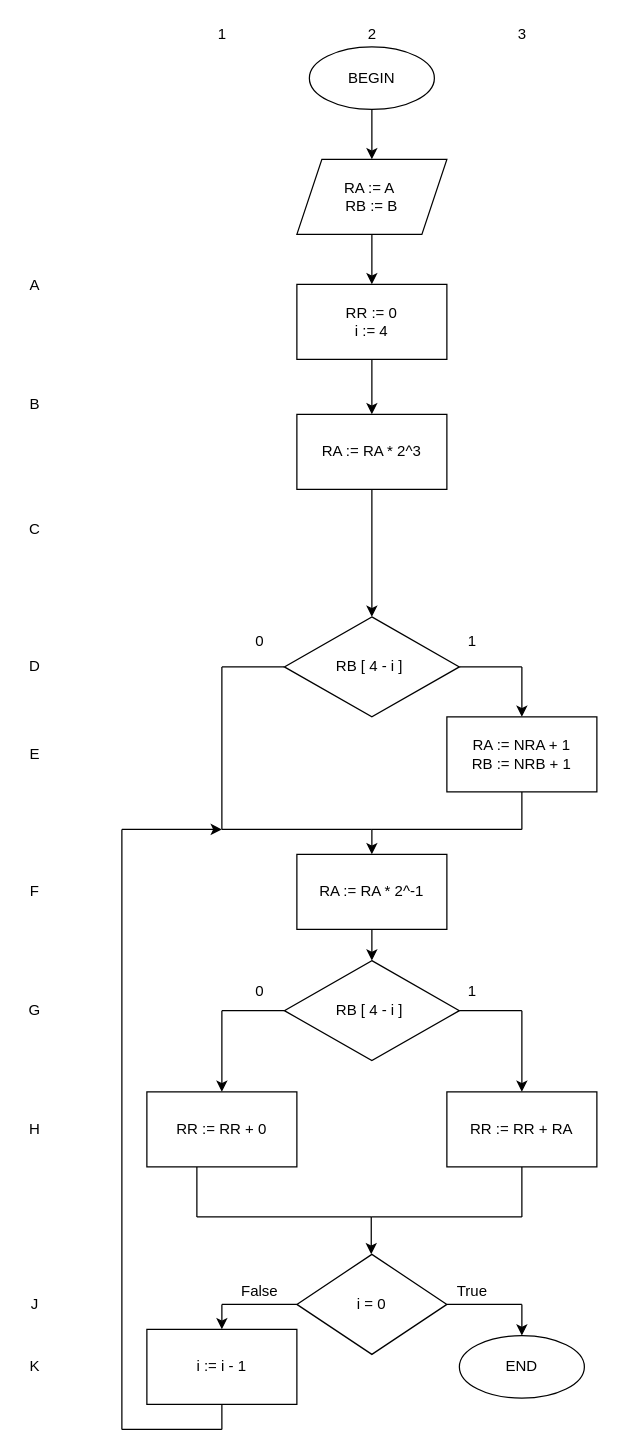
TimurQQ/Workshop keeps this draw.io diagram as Блок операций_1_Умножение.drawio. Above is the earlier version. Source tidied: cells renumbered, new cells numbered last; positions are measured from the earlier drawing's top-left corner, leaving out a move shared by most shapes. Both pictures are drawn from the tidied source at 125%, with x=0, y=0 at pixel (21, 21).
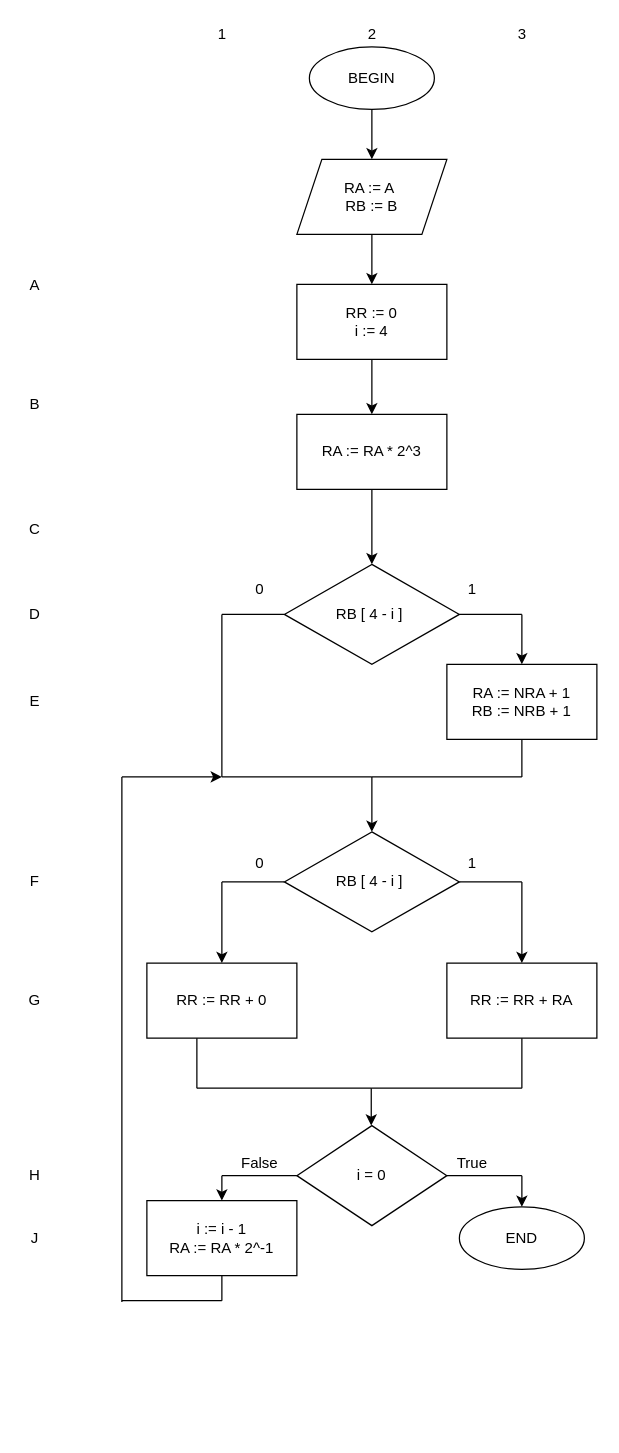
The same page after the edit.

The edit, as a diff of the source:
```diff
@@
     <mxCell id="7" style="endArrow=none;html=1;rounded=0;entryX=1;entryY=0.5;entryDx=0;entryDy=0;" parent="1" edge="1" target="51">
       <mxGeometry relative="1" as="geometry">
-        <mxPoint x="400" y="516" as="sourcePoint" />
+        <mxPoint x="400" y="474" as="sourcePoint" />
       </mxGeometry>
     </mxCell>
     <mxCell id="8" style="endArrow=none;html=1;rounded=0;exitX=0;exitY=0.5;exitDx=0;exitDy=0;" parent="1" edge="1" source="51">
       <mxGeometry relative="1" as="geometry">
-        <mxPoint x="160" y="516" as="targetPoint" />
+        <mxPoint x="160" y="474" as="targetPoint" />
       </mxGeometry>
     </mxCell>
     <mxCell id="9" value="RA := NRA + 1&lt;br&gt;RB := NRB + 1" style="rounded=0;whiteSpace=wrap;html=1;" parent="1" vertex="1">
-      <mxGeometry x="340" y="556" width="120" height="60" as="geometry" />
+      <mxGeometry x="340" y="514" width="120" height="60" as="geometry" />
     </mxCell>
-    <mxCell id="10" value="RA := RA * 2^-1" style="rounded=0;whiteSpace=wrap;html=1;" parent="1" vertex="1">
-      <mxGeometry x="220" y="666" width="120" height="60" as="geometry" />
-    </mxCell>
     <mxCell id="11" style="endArrow=none;html=1;rounded=0;" parent="1" edge="1">
       <mxGeometry relative="1" as="geometry">
-        <mxPoint x="160" y="646" as="sourcePoint" />
-        <mxPoint x="280" y="646" as="targetPoint" />
+        <mxPoint x="160" y="604" as="sourcePoint" />
+        <mxPoint x="280" y="604" as="targetPoint" />
       </mxGeometry>
     </mxCell>
-    <mxCell id="12" style="endArrow=classic;html=1;rounded=0;entryX=0.5;entryY=0;entryDx=0;entryDy=0;" parent="1" edge="1" target="10">
+    <mxCell id="12" style="endArrow=classic;html=1;rounded=0;entryX=0.5;entryY=0;entryDx=0;entryDy=0;" parent="1" edge="1" target="17">
       <mxGeometry relative="1" as="geometry">
-        <mxPoint x="280" y="646" as="sourcePoint" />
+        <mxPoint x="280" y="604" as="sourcePoint" />
       </mxGeometry>
     </mxCell>
     <mxCell id="13" style="endArrow=none;html=1;rounded=0;entryX=0.5;entryY=1;entryDx=0;entryDy=0;" parent="1" edge="1" target="9">
       <mxGeometry relative="1" as="geometry">
-        <mxPoint x="400" y="646" as="sourcePoint" />
+        <mxPoint x="400" y="604" as="sourcePoint" />
       </mxGeometry>
     </mxCell>
     <mxCell id="14" style="endArrow=none;html=1;rounded=0;" parent="1" edge="1">
       <mxGeometry relative="1" as="geometry">
-        <mxPoint x="280" y="646" as="sourcePoint" />
-        <mxPoint x="400" y="646" as="targetPoint" />
+        <mxPoint x="280" y="604" as="sourcePoint" />
+        <mxPoint x="400" y="604" as="targetPoint" />
       </mxGeometry>
     </mxCell>
     <mxCell id="15" value="0" style="text;html=1;align=center;verticalAlign=middle;strokeColor=none;fillColor=none;" parent="1" vertex="1">
-      <mxGeometry x="180" y="486" width="20" height="20" as="geometry" />
+      <mxGeometry x="180" y="444" width="20" height="20" as="geometry" />
     </mxCell>
     <mxCell id="16" value="1" style="text;html=1;align=center;verticalAlign=middle;strokeColor=none;fillColor=none;strokeWidth=1;" parent="1" vertex="1">
-      <mxGeometry x="350" y="486" width="20" height="20" as="geometry" />
+      <mxGeometry x="350" y="444" width="20" height="20" as="geometry" />
     </mxCell>
     <mxCell id="17" value="RB [ 4 - i ]&amp;nbsp;" style="rhombus;whiteSpace=wrap;html=1;strokeWidth=1;" parent="1" vertex="1">
-      <mxGeometry x="210" y="751" width="140" height="80" as="geometry" />
+      <mxGeometry x="210" y="648" width="140" height="80" as="geometry" />
     </mxCell>
-    <mxCell id="18" style="endArrow=classic;html=1;rounded=0;exitX=0.5;exitY=1;exitDx=0;exitDy=0;entryX=0.5;entryY=0;entryDx=0;entryDy=0;" parent="1" edge="1" source="10" target="17">
-      <mxGeometry relative="1" as="geometry" />
-    </mxCell>
     <mxCell id="19" style="endArrow=none;html=1;rounded=0;exitX=1;exitY=0.5;exitDx=0;exitDy=0;" parent="1" edge="1" source="17">
       <mxGeometry relative="1" as="geometry">
-        <mxPoint x="400" y="791" as="targetPoint" />
+        <mxPoint x="400" y="688" as="targetPoint" />
       </mxGeometry>
     </mxCell>
     <mxCell id="20" style="endArrow=none;html=1;rounded=0;exitX=0;exitY=0.5;exitDx=0;exitDy=0;" parent="1" edge="1" source="17">
       <mxGeometry relative="1" as="geometry">
-        <mxPoint x="160" y="791" as="targetPoint" />
+        <mxPoint x="160" y="688" as="targetPoint" />
       </mxGeometry>
     </mxCell>
     <mxCell id="21" value="1" style="text;html=1;align=center;verticalAlign=middle;strokeColor=none;fillColor=none;strokeWidth=1;" parent="1" vertex="1">
-      <mxGeometry x="350" y="766" width="20" height="20" as="geometry" />
+      <mxGeometry x="350" y="663" width="20" height="20" as="geometry" />
     </mxCell>
     <mxCell id="22" value="0" style="text;html=1;align=center;verticalAlign=middle;strokeColor=none;fillColor=none;" parent="1" vertex="1">
-      <mxGeometry x="180" y="766" width="20" height="20" as="geometry" />
+      <mxGeometry x="180" y="663" width="20" height="20" as="geometry" />
     </mxCell>
     <mxCell id="23" value="RR := RR + RA" style="rounded=0;whiteSpace=wrap;html=1;strokeWidth=1;" parent="1" vertex="1">
-      <mxGeometry x="340" y="856" width="120" height="60" as="geometry" />
+      <mxGeometry x="340" y="753" width="120" height="60" as="geometry" />
     </mxCell>
     <mxCell id="24" style="endArrow=classic;html=1;rounded=0;entryX=0.5;entryY=0;entryDx=0;entryDy=0;" parent="1" edge="1" target="23">
       <mxGeometry relative="1" as="geometry">
-        <mxPoint x="400" y="791" as="sourcePoint" />
+        <mxPoint x="400" y="688" as="sourcePoint" />
       </mxGeometry>
     </mxCell>
     <mxCell id="25" value="RR := RR + 0" style="rounded=0;whiteSpace=wrap;html=1;strokeWidth=1;" parent="1" vertex="1">
-      <mxGeometry x="100" y="856" width="120" height="60" as="geometry" />
+      <mxGeometry x="100" y="753" width="120" height="60" as="geometry" />
     </mxCell>
     <mxCell id="26" style="endArrow=classic;html=1;rounded=0;entryX=0.5;entryY=0;entryDx=0;entryDy=0;" parent="1" edge="1" target="25">
       <mxGeometry relative="1" as="geometry">
-        <mxPoint x="160" y="791" as="sourcePoint" />
+        <mxPoint x="160" y="688" as="sourcePoint" />
       </mxGeometry>
     </mxCell>
     <mxCell id="27" style="endArrow=none;html=1;rounded=0;" parent="1" edge="1">
       <mxGeometry relative="1" as="geometry">
-        <mxPoint x="140" y="916" as="sourcePoint" />
-        <mxPoint x="140" y="956" as="targetPoint" />
+        <mxPoint x="140" y="813" as="sourcePoint" />
+        <mxPoint x="140" y="853" as="targetPoint" />
       </mxGeometry>
     </mxCell>
     <mxCell id="28" style="endArrow=none;html=1;rounded=0;exitX=0.5;exitY=1;exitDx=0;exitDy=0;" parent="1" edge="1" source="23">
       <mxGeometry relative="1" as="geometry">
-        <mxPoint x="400" y="956" as="targetPoint" />
+        <mxPoint x="400" y="853" as="targetPoint" />
       </mxGeometry>
     </mxCell>
     <mxCell id="29" style="endArrow=none;html=1;rounded=0;" parent="1" edge="1">
       <mxGeometry relative="1" as="geometry">
-        <mxPoint x="140" y="956" as="sourcePoint" />
-        <mxPoint x="280" y="956" as="targetPoint" />
+        <mxPoint x="140" y="853" as="sourcePoint" />
+        <mxPoint x="280" y="853" as="targetPoint" />
       </mxGeometry>
     </mxCell>
     <mxCell id="30" style="endArrow=none;html=1;rounded=0;" parent="1" edge="1">
       <mxGeometry relative="1" as="geometry">
-        <mxPoint x="280" y="956" as="sourcePoint" />
-        <mxPoint x="400" y="956" as="targetPoint" />
+        <mxPoint x="280" y="853" as="sourcePoint" />
+        <mxPoint x="400" y="853" as="targetPoint" />
       </mxGeometry>
     </mxCell>
     <mxCell id="31" style="endArrow=classic;html=1;rounded=0;" parent="1" edge="1">
       <mxGeometry relative="1" as="geometry">
-        <mxPoint x="279.5" y="956" as="sourcePoint" />
-        <mxPoint x="279.5" y="986" as="targetPoint" />
+        <mxPoint x="279.5" y="853" as="sourcePoint" />
+        <mxPoint x="279.5" y="883" as="targetPoint" />
       </mxGeometry>
     </mxCell>
     <mxCell id="32" value="i = 0" style="rhombus;whiteSpace=wrap;html=1;strokeWidth=1;" parent="1" vertex="1">
-      <mxGeometry x="220" y="986" width="120" height="80" as="geometry" />
+      <mxGeometry x="220" y="883" width="120" height="80" as="geometry" />
     </mxCell>
     <mxCell id="33" style="endArrow=none;html=1;rounded=0;entryX=1;entryY=0.5;entryDx=0;entryDy=0;" parent="1" edge="1" target="32">
       <mxGeometry relative="1" as="geometry">
-        <mxPoint x="400" y="1026" as="sourcePoint" />
+        <mxPoint x="400" y="923" as="sourcePoint" />
       </mxGeometry>
     </mxCell>
     <mxCell id="34" style="endArrow=none;html=1;rounded=0;entryX=0;entryY=0.5;entryDx=0;entryDy=0;" parent="1" edge="1" target="32">
       <mxGeometry relative="1" as="geometry">
-        <mxPoint x="160" y="1026" as="sourcePoint" />
+        <mxPoint x="160" y="923" as="sourcePoint" />
       </mxGeometry>
     </mxCell>
     <mxCell id="35" value="True" style="text;html=1;align=center;verticalAlign=middle;strokeColor=none;fillColor=none;" parent="1" vertex="1">
-      <mxGeometry x="340" y="1006" width="40" height="20" as="geometry" />
+      <mxGeometry x="340" y="903" width="40" height="20" as="geometry" />
     </mxCell>
     <mxCell id="36" value="False" style="text;html=1;align=center;verticalAlign=middle;strokeColor=none;fillColor=none;" parent="1" vertex="1">
-      <mxGeometry x="170" y="1006" width="40" height="20" as="geometry" />
+      <mxGeometry x="170" y="903" width="40" height="20" as="geometry" />
     </mxCell>
     <mxCell id="37" style="endArrow=classic;html=1;rounded=0;" parent="1" edge="1" target="38">
       <mxGeometry relative="1" as="geometry">
-        <mxPoint x="400" y="1026" as="sourcePoint" />
+        <mxPoint x="400" y="923" as="sourcePoint" />
       </mxGeometry>
     </mxCell>
     <mxCell id="38" value="END" style="ellipse;whiteSpace=wrap;html=1;strokeWidth=1;" parent="1" vertex="1">
-      <mxGeometry x="350" y="1051" width="100" height="50" as="geometry" />
+      <mxGeometry x="350" y="948" width="100" height="50" as="geometry" />
     </mxCell>
-    <mxCell id="39" value="i := i - 1" style="rounded=0;whiteSpace=wrap;html=1;strokeWidth=1;" parent="1" vertex="1">
-      <mxGeometry x="100" y="1046" width="120" height="60" as="geometry" />
+    <mxCell id="39" value="i := i - 1&lt;br&gt;RA := RA * 2^-1" style="rounded=0;whiteSpace=wrap;html=1;strokeWidth=1;" parent="1" vertex="1">
+      <mxGeometry x="100" y="943" width="120" height="60" as="geometry" />
     </mxCell>
     <mxCell id="40" style="endArrow=classic;html=1;rounded=0;entryX=0.5;entryY=0;entryDx=0;entryDy=0;" parent="1" edge="1" target="39">
       <mxGeometry relative="1" as="geometry">
-        <mxPoint x="160" y="1026" as="sourcePoint" />
+        <mxPoint x="160" y="923" as="sourcePoint" />
       </mxGeometry>
     </mxCell>
     <mxCell id="41" style="endArrow=none;html=1;rounded=0;exitX=0.5;exitY=1;exitDx=0;exitDy=0;" parent="1" edge="1" source="39">
       <mxGeometry relative="1" as="geometry">
-        <mxPoint x="160" y="1126" as="targetPoint" />
+        <mxPoint x="160" y="1023" as="targetPoint" />
       </mxGeometry>
     </mxCell>
     <mxCell id="42" style="endArrow=none;html=1;rounded=0;" parent="1" edge="1">
       <mxGeometry relative="1" as="geometry">
-        <mxPoint x="160" y="1126" as="sourcePoint" />
-        <mxPoint x="80" y="1126" as="targetPoint" />
+        <mxPoint x="160" y="1023" as="sourcePoint" />
+        <mxPoint x="80" y="1023" as="targetPoint" />
       </mxGeometry>
     </mxCell>
     <mxCell id="43" style="endArrow=none;html=1;rounded=0;" parent="1" edge="1">
       <mxGeometry relative="1" as="geometry">
-        <mxPoint x="80" y="1126" as="sourcePoint" />
-        <mxPoint x="80" y="646" as="targetPoint" />
+        <mxPoint x="80" y="1024" as="sourcePoint" />
+        <mxPoint x="80" y="604" as="targetPoint" />
       </mxGeometry>
     </mxCell>
     <mxCell id="44" style="endArrow=classic;html=1;rounded=0;" parent="1" edge="1">
       <mxGeometry relative="1" as="geometry">
-        <mxPoint x="80" y="646" as="sourcePoint" />
-        <mxPoint x="160" y="646" as="targetPoint" />
+        <mxPoint x="80" y="604" as="sourcePoint" />
+        <mxPoint x="160" y="604" as="targetPoint" />
       </mxGeometry>
     </mxCell>
@@
     <mxCell id="51" value="RB [ 4 - i ]&amp;nbsp;" style="rhombus;whiteSpace=wrap;html=1;strokeWidth=1;" parent="1" vertex="1">
-      <mxGeometry x="210" y="476" width="140" height="80" as="geometry" />
+      <mxGeometry x="210" y="434" width="140" height="80" as="geometry" />
     </mxCell>
     <mxCell id="52" style="endArrow=none;html=1;rounded=0;" parent="1" edge="1">
       <mxGeometry relative="1" as="geometry">
-        <mxPoint x="160" y="516" as="sourcePoint" />
-        <mxPoint x="160" y="646" as="targetPoint" />
+        <mxPoint x="160" y="474" as="sourcePoint" />
+        <mxPoint x="160" y="604" as="targetPoint" />
       </mxGeometry>
     </mxCell>
     <mxCell id="53" style="endArrow=classic;html=1;rounded=0;entryX=0.5;entryY=0;entryDx=0;entryDy=0;" parent="1" edge="1" target="9">
       <mxGeometry relative="1" as="geometry">
-        <mxPoint x="400" y="516" as="sourcePoint" />
+        <mxPoint x="400" y="474" as="sourcePoint" />
       </mxGeometry>
     </mxCell>
@@
     <mxCell id="55" value="D" style="text;html=1;align=center;verticalAlign=middle;strokeColor=none;fillColor=none;" parent="1" vertex="1">
-      <mxGeometry y="506" width="20" height="20" as="geometry" />
+      <mxGeometry y="464" width="20" height="20" as="geometry" />
     </mxCell>
     <mxCell id="56" value="E" style="text;html=1;align=center;verticalAlign=middle;strokeColor=none;fillColor=none;" parent="1" vertex="1">
-      <mxGeometry y="576" width="20" height="20" as="geometry" />
+      <mxGeometry y="534" width="20" height="20" as="geometry" />
     </mxCell>
     <mxCell id="57" value="F" style="text;html=1;align=center;verticalAlign=middle;strokeColor=none;fillColor=none;" parent="1" vertex="1">
-      <mxGeometry y="686" width="20" height="20" as="geometry" />
+      <mxGeometry y="678" width="20" height="20" as="geometry" />
     </mxCell>
     <mxCell id="58" value="G" style="text;html=1;align=center;verticalAlign=middle;strokeColor=none;fillColor=none;" parent="1" vertex="1">
-      <mxGeometry y="781" width="20" height="20" as="geometry" />
+      <mxGeometry y="773" width="20" height="20" as="geometry" />
     </mxCell>
     <mxCell id="59" value="H" style="text;html=1;align=center;verticalAlign=middle;strokeColor=none;fillColor=none;" parent="1" vertex="1">
-      <mxGeometry y="876" width="20" height="20" as="geometry" />
+      <mxGeometry y="913" width="20" height="20" as="geometry" />
     </mxCell>
     <mxCell id="60" value="J" style="text;html=1;align=center;verticalAlign=middle;strokeColor=none;fillColor=none;" parent="1" vertex="1">
-      <mxGeometry y="1016" width="20" height="20" as="geometry" />
+      <mxGeometry y="963" width="20" height="20" as="geometry" />
     </mxCell>
-    <mxCell id="61" value="K" style="text;html=1;align=center;verticalAlign=middle;strokeColor=none;fillColor=none;" parent="1" vertex="1">
-      <mxGeometry y="1066" width="20" height="20" as="geometry" />
-    </mxCell>
```
